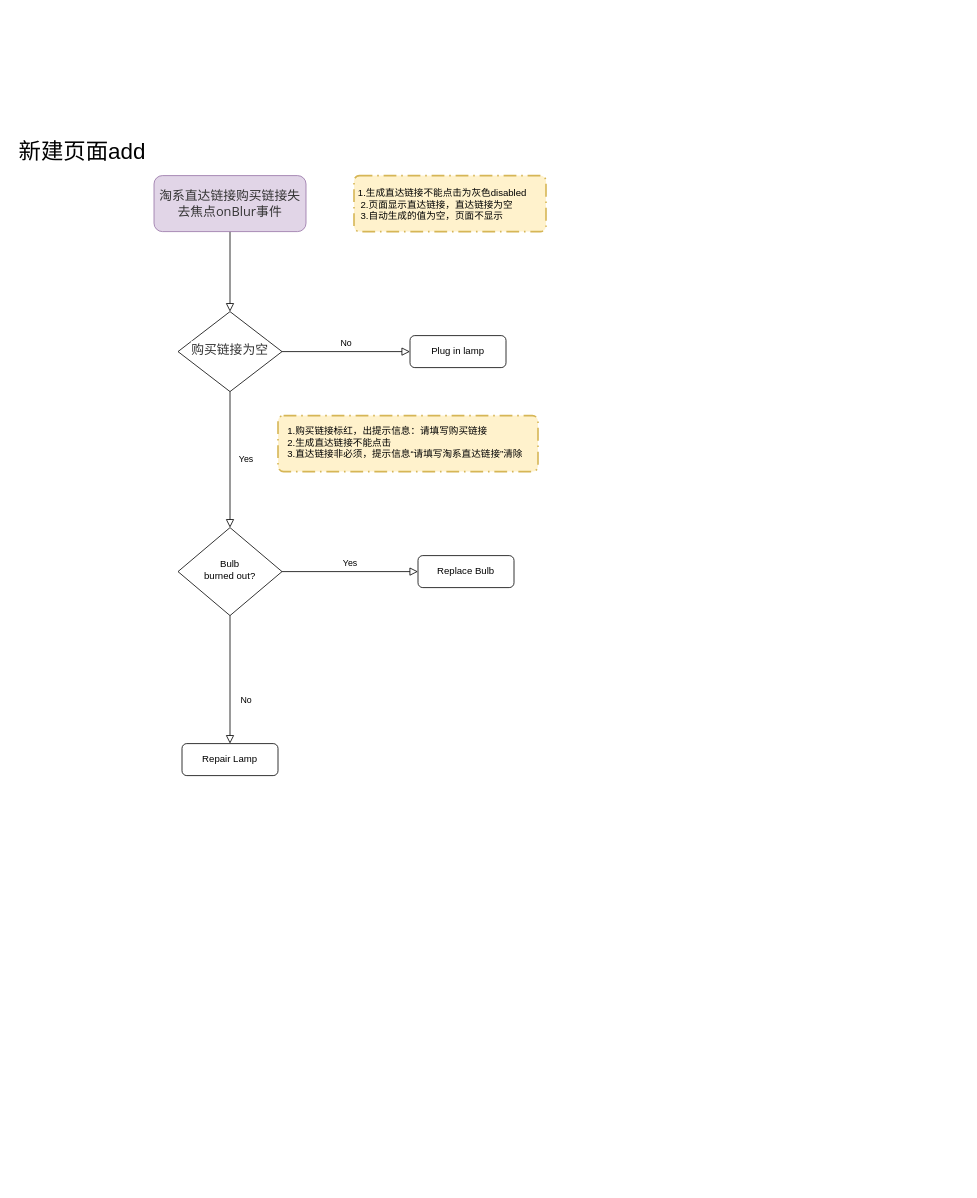
Earlier version of the draw.io diagram 事件图.drawio (AnneLau/-algorithm_bubble). Source tidied: cells renumbered, new cells numbered last; positions are measured from the earlier drawing's top-left corner, leaving out a move shared by most shapes. Both pictures are drawn from the tidied source at 80%, with x=0, y=0 at pixel (14, 139).
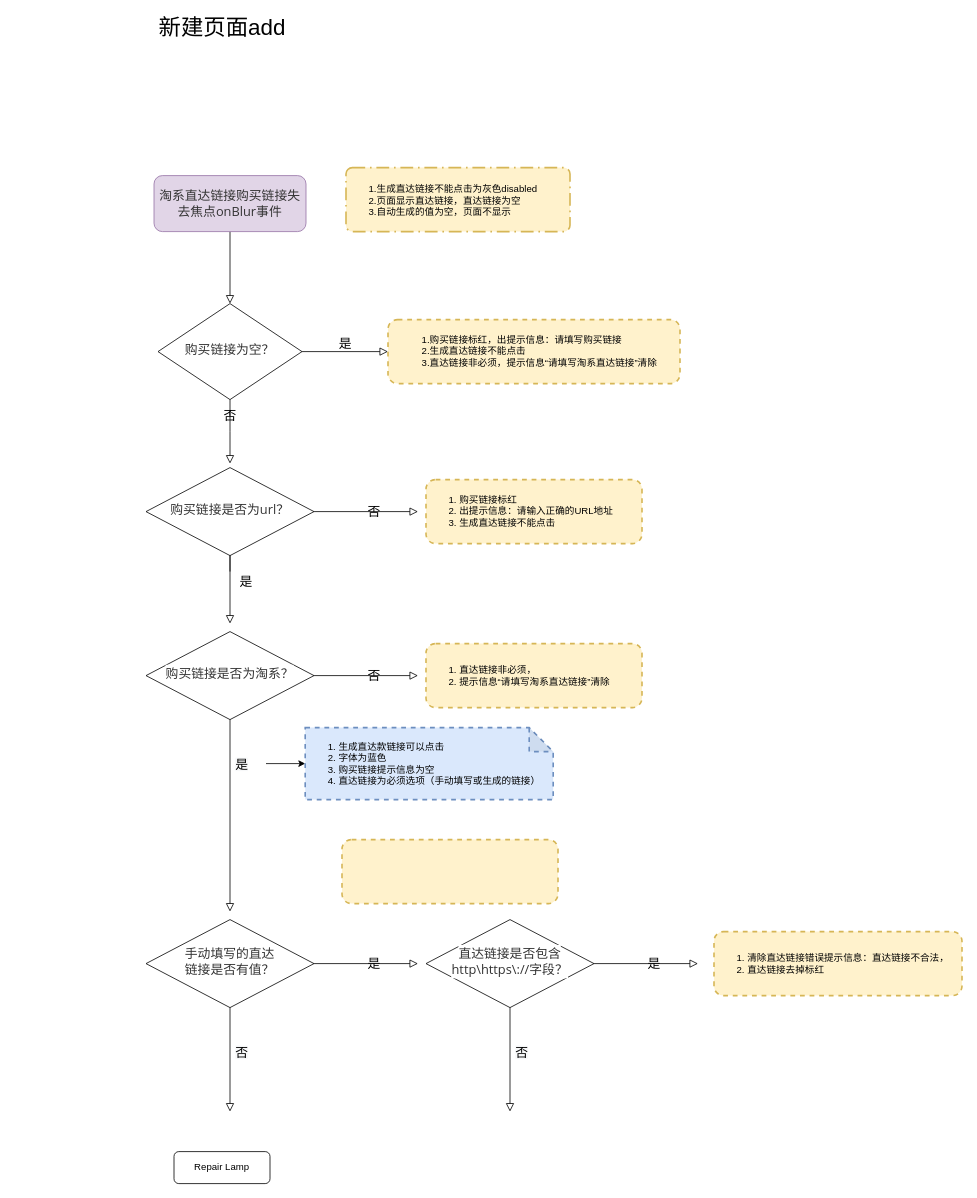
The same diagram, later.

The edit, as a diff of the source:
```diff
@@
-    <mxCell id="4" value="Yes" style="rounded=0;html=1;jettySize=auto;fontSize=11;endArrow=block;endFill=0;endSize=8;strokeWidth=1;shadow=0;labelBackgroundColor=none;edgeStyle=orthogonalEdgeStyle;" parent="1" edge="1" source="6" target="10">
-      <mxGeometry y="20" relative="1" as="geometry" />
+    <mxCell id="4" value="&lt;font style=&quot;font-size: 16px&quot;&gt;否&lt;/font&gt;" style="rounded=0;html=1;jettySize=auto;fontSize=11;endArrow=block;endFill=0;endSize=8;strokeWidth=1;shadow=0;labelBackgroundColor=none;edgeStyle=orthogonalEdgeStyle;" parent="1" edge="1" source="6">
+      <mxGeometry y="20" relative="1" as="geometry">
+        <mxPoint x="270" y="405" as="targetPoint" />
+      </mxGeometry>
     </mxCell>
-    <mxCell id="5" value="No" style="edgeStyle=orthogonalEdgeStyle;rounded=0;html=1;jettySize=auto;fontSize=11;endArrow=block;endFill=0;endSize=8;strokeWidth=1;shadow=0;labelBackgroundColor=none;" parent="1" edge="1" source="6" target="7">
+    <mxCell id="5" value="&lt;font style=&quot;font-size: 16px&quot;&gt;是&lt;/font&gt;" style="edgeStyle=orthogonalEdgeStyle;rounded=0;html=1;jettySize=auto;fontSize=11;endArrow=block;endFill=0;endSize=8;strokeWidth=1;shadow=0;labelBackgroundColor=none;" parent="1" edge="1" source="6" target="7">
       <mxGeometry y="10" relative="1" as="geometry" />
     </mxCell>
-    <mxCell id="6" value="&lt;span style=&quot;color: rgb(51 , 51 , 51) ; font-family: &amp;#34;open sans&amp;#34; , &amp;#34;clear sans&amp;#34; , &amp;#34;helvetica neue&amp;#34; , &amp;#34;helvetica&amp;#34; , &amp;#34;arial&amp;#34; , sans-serif ; font-size: 16px ; background-color: rgb(255 , 255 , 255)&quot;&gt;购买链接为空&lt;/span&gt;" style="rhombus;whiteSpace=wrap;html=1;shadow=0;fontFamily=Helvetica;fontSize=12;align=center;strokeWidth=1;spacing=6;spacingTop=-4;" parent="1" vertex="1">
-      <mxGeometry x="205" y="215" width="130" height="100" as="geometry" />
+    <mxCell id="6" value="&lt;span style=&quot;color: rgb(51 , 51 , 51) ; font-family: &amp;#34;open sans&amp;#34; , &amp;#34;clear sans&amp;#34; , &amp;#34;helvetica neue&amp;#34; , &amp;#34;helvetica&amp;#34; , &amp;#34;arial&amp;#34; , sans-serif ; font-size: 16px ; background-color: rgb(255 , 255 , 255)&quot;&gt;购买链接为空？&lt;/span&gt;" style="rhombus;whiteSpace=wrap;html=1;shadow=0;fontFamily=Helvetica;fontSize=12;align=center;strokeWidth=1;spacing=6;spacingTop=-4;" parent="1" vertex="1">
+      <mxGeometry x="180" y="205" width="180" height="120" as="geometry" />
     </mxCell>
-    <mxCell id="7" value="Plug in lamp" style="rounded=1;whiteSpace=wrap;html=1;fontSize=12;glass=0;strokeWidth=1;shadow=0;" parent="1" vertex="1">
-      <mxGeometry x="495" y="245" width="120" height="40" as="geometry" />
+    <mxCell id="7" value="&lt;blockquote style=&quot;margin: 0 0 0 40px ; border: none ; padding: 0px&quot;&gt;&lt;/blockquote&gt;&lt;blockquote style=&quot;margin: 0 0 0 40px ; border: none ; padding: 0px&quot;&gt;&lt;/blockquote&gt;&lt;blockquote style=&quot;margin: 0 0 0 40px ; border: none ; padding: 0px&quot;&gt;&lt;span&gt;1.购买链接标红，出提示信息：请填写购买链接&lt;br&gt;&lt;/span&gt;&lt;span&gt;2.生成直达链接不能点击&lt;br&gt;&lt;/span&gt;3.直达链接非必须，提示信息“请填写淘系直达链接”清除&lt;/blockquote&gt;&lt;blockquote style=&quot;margin: 0 0 0 40px ; border: none ; padding: 0px&quot;&gt;&lt;/blockquote&gt;&lt;blockquote style=&quot;margin: 0 0 0 40px ; border: none ; padding: 0px&quot;&gt;&lt;/blockquote&gt;" style="rounded=1;whiteSpace=wrap;html=1;fontSize=12;glass=0;strokeWidth=2;shadow=0;align=left;fillColor=#fff2cc;strokeColor=#d6b656;dashed=1;" parent="1" vertex="1">
+      <mxGeometry x="467.5" y="225" width="365" height="80" as="geometry" />
     </mxCell>
-    <mxCell id="8" value="No" style="rounded=0;html=1;jettySize=auto;fontSize=11;endArrow=block;endFill=0;endSize=8;strokeWidth=1;shadow=0;labelBackgroundColor=none;edgeStyle=orthogonalEdgeStyle;" parent="1" edge="1" source="10" target="11">
-      <mxGeometry x="0.33" y="20" relative="1" as="geometry" />
-    </mxCell>
-    <mxCell id="9" value="Yes" style="edgeStyle=orthogonalEdgeStyle;rounded=0;html=1;jettySize=auto;fontSize=11;endArrow=block;endFill=0;endSize=8;strokeWidth=1;shadow=0;labelBackgroundColor=none;" parent="1" edge="1" source="10" target="12">
-      <mxGeometry y="10" relative="1" as="geometry" />
+    <mxCell id="9" value="&lt;span style=&quot;font-size: 16px&quot;&gt;否&lt;/span&gt;" style="edgeStyle=orthogonalEdgeStyle;rounded=0;html=1;jettySize=auto;fontSize=11;endArrow=block;endFill=0;endSize=8;strokeWidth=1;shadow=0;labelBackgroundColor=none;" parent="1" edge="1" source="10">
+      <mxGeometry y="10" relative="1" as="geometry">
+        <mxPoint x="505" y="465" as="targetPoint" />
+      </mxGeometry>
     </mxCell>
-    <mxCell id="10" value="Bulb&lt;br&gt;burned out?" style="rhombus;whiteSpace=wrap;html=1;shadow=0;fontFamily=Helvetica;fontSize=12;align=center;strokeWidth=1;spacing=6;spacingTop=-4;" parent="1" vertex="1">
-      <mxGeometry x="205" y="485" width="130" height="110" as="geometry" />
+    <mxCell id="10" value="&lt;span style=&quot;color: rgb(51 , 51 , 51) ; font-family: &amp;#34;open sans&amp;#34; , &amp;#34;clear sans&amp;#34; , &amp;#34;helvetica neue&amp;#34; , &amp;#34;helvetica&amp;#34; , &amp;#34;arial&amp;#34; , sans-serif ; font-size: 16px ; background-color: rgb(255 , 255 , 255)&quot;&gt;购买链接是否为url？&lt;/span&gt;" style="rhombus;whiteSpace=wrap;html=1;shadow=0;fontFamily=Helvetica;fontSize=12;align=center;strokeWidth=1;spacing=6;spacingTop=-4;" parent="1" vertex="1">
+      <mxGeometry x="165" y="410" width="210" height="110" as="geometry" />
     </mxCell>
     <mxCell id="11" value="Repair Lamp" style="rounded=1;whiteSpace=wrap;html=1;fontSize=12;glass=0;strokeWidth=1;shadow=0;" parent="1" vertex="1">
-      <mxGeometry x="210" y="755" width="120" height="40" as="geometry" />
+      <mxGeometry x="200" y="1265" width="120" height="40" as="geometry" />
     </mxCell>
-    <mxCell id="12" value="Replace Bulb" style="rounded=1;whiteSpace=wrap;html=1;fontSize=12;glass=0;strokeWidth=1;shadow=0;" parent="1" vertex="1">
-      <mxGeometry x="505" y="520" width="120" height="40" as="geometry" />
-    </mxCell>
     <mxCell id="13" value="&lt;font style=&quot;font-size: 28px&quot;&gt;新建页面add&lt;/font&gt;" style="text;html=1;align=center;verticalAlign=middle;" parent="1" vertex="1">
-      <mxGeometry width="170" height="30" as="geometry" />
+      <mxGeometry x="175" y="-155" width="170" height="30" as="geometry" />
     </mxCell>
-    <mxCell id="14" value=" 1.生成直达链接不能点击为灰色disabled&#10;  2.页面显示直达链接，直达链接为空&#10;  3.自动生成的值为空，页面不显示" style="rounded=1;arcSize=10;dashed=1;strokeColor=#d6b656;fillColor=#fff2cc;dashPattern=8 3 1 3;strokeWidth=2;align=left;spacingTop=1;" parent="1" vertex="1">
-      <mxGeometry x="425" y="45" width="240" height="70" as="geometry" />
+    <mxCell id="14" value="  1.生成直达链接不能点击为灰色disabled&#10;  2.页面显示直达链接，直达链接为空&#10;  3.自动生成的值为空，页面不显示" style="rounded=1;arcSize=10;dashed=1;strokeColor=#d6b656;fillColor=#fff2cc;dashPattern=8 3 1 3;strokeWidth=2;align=left;spacingTop=1;spacingLeft=20;" parent="1" vertex="1">
+      <mxGeometry x="415" y="35" width="280" height="80" as="geometry" />
     </mxCell>
-    <mxCell id="15" value="1.购买链接标红，出提示信息：请填写购买链接&#10;2.生成直达链接不能点击&#10;3.直达链接非必须，提示信息“请填写淘系直达链接”清除&#10;" style="rounded=1;arcSize=10;dashed=1;strokeColor=#d6b656;fillColor=#fff2cc;dashPattern=8 3 1 3;strokeWidth=2;align=left;spacingTop=10;spacingLeft=10;" parent="1" vertex="1">
-      <mxGeometry x="330" y="345" width="325" height="70" as="geometry" />
-    </mxCell>
+    <mxCell id="16" value="&lt;blockquote style=&quot;margin: 0 0 0 40px ; border: none ; padding: 0px&quot;&gt;&lt;/blockquote&gt;&lt;blockquote style=&quot;margin: 0 0 0 40px ; border: none ; padding: 0px&quot;&gt;&lt;/blockquote&gt;&lt;blockquote style=&quot;margin: 0 0 0 40px ; border: none ; padding: 0px&quot;&gt;&lt;/blockquote&gt;&lt;ol&gt;&lt;li&gt;&lt;span&gt;购买链接标红&lt;/span&gt;&lt;/li&gt;&lt;li&gt;&lt;span&gt;出提示信息：请输入正确的URL地址&lt;/span&gt;&lt;/li&gt;&lt;li&gt;&lt;span&gt;生成直达链接不能点击&lt;/span&gt;&lt;/li&gt;&lt;/ol&gt;&lt;blockquote style=&quot;margin: 0 0 0 40px ; border: none ; padding: 0px&quot;&gt;&lt;/blockquote&gt;&lt;blockquote style=&quot;margin: 0 0 0 40px ; border: none ; padding: 0px&quot;&gt;&lt;/blockquote&gt;&lt;blockquote style=&quot;margin: 0 0 0 40px ; border: none ; padding: 0px&quot;&gt;&lt;/blockquote&gt;" style="rounded=1;whiteSpace=wrap;html=1;fontSize=12;glass=0;strokeWidth=2;shadow=0;align=left;fillColor=#fff2cc;strokeColor=#d6b656;dashed=1;" parent="1" vertex="1">
+      <mxGeometry x="515" y="425" width="270" height="80" as="geometry" />
+    </mxCell>
+    <mxCell id="17" value="&lt;span style=&quot;color: rgb(51 , 51 , 51) ; font-family: &amp;#34;open sans&amp;#34; , &amp;#34;clear sans&amp;#34; , &amp;#34;helvetica neue&amp;#34; , &amp;#34;helvetica&amp;#34; , &amp;#34;arial&amp;#34; , sans-serif ; font-size: 16px ; background-color: rgb(255 , 255 , 255)&quot;&gt;购买链接是否为淘系？&lt;/span&gt;" style="rhombus;whiteSpace=wrap;html=1;shadow=0;fontFamily=Helvetica;fontSize=12;align=center;strokeWidth=1;spacing=6;spacingTop=-4;" parent="1" vertex="1">
+      <mxGeometry x="165" y="615" width="210" height="110" as="geometry" />
+    </mxCell>
+    <mxCell id="18" value="&lt;font style=&quot;font-size: 16px&quot;&gt;是&lt;/font&gt;" style="rounded=0;html=1;jettySize=auto;orthogonalLoop=1;fontSize=11;endArrow=block;endFill=0;endSize=8;strokeWidth=1;shadow=0;labelBackgroundColor=none;edgeStyle=orthogonalEdgeStyle;" parent="1" edge="1">
+      <mxGeometry y="20" relative="1" as="geometry">
+        <mxPoint x="270" y="539.9" as="sourcePoint" />
+        <mxPoint x="270" y="605" as="targetPoint" />
+        <Array as="points">
+          <mxPoint x="270" y="519.9" />
+          <mxPoint x="270" y="519.9" />
+        </Array>
+      </mxGeometry>
+    </mxCell>
+    <mxCell id="19" value="&lt;span style=&quot;font-size: 16px&quot;&gt;否&lt;/span&gt;" style="edgeStyle=orthogonalEdgeStyle;rounded=0;html=1;jettySize=auto;fontSize=11;endArrow=block;endFill=0;endSize=8;strokeWidth=1;shadow=0;labelBackgroundColor=none;" parent="1" edge="1" source="17">
+      <mxGeometry y="10" relative="1" as="geometry">
+        <mxPoint x="505" y="670" as="targetPoint" />
+      </mxGeometry>
+    </mxCell>
+    <mxCell id="20" style="rounded=0;html=1;jettySize=auto;orthogonalLoop=1;fontSize=11;endArrow=block;endFill=0;endSize=8;strokeWidth=1;shadow=0;labelBackgroundColor=none;edgeStyle=orthogonalEdgeStyle;" parent="1" edge="1">
+      <mxGeometry relative="1" as="geometry">
+        <mxPoint x="270" y="725" as="sourcePoint" />
+        <mxPoint x="270" y="965" as="targetPoint" />
+      </mxGeometry>
+    </mxCell>
+    <mxCell id="21" value="&lt;blockquote style=&quot;margin: 0 0 0 40px ; border: none ; padding: 0px&quot;&gt;&lt;/blockquote&gt;&lt;blockquote style=&quot;margin: 0 0 0 40px ; border: none ; padding: 0px&quot;&gt;&lt;/blockquote&gt;&lt;blockquote style=&quot;margin: 0 0 0 40px ; border: none ; padding: 0px&quot;&gt;&lt;/blockquote&gt;&lt;div&gt;&lt;ol&gt;&lt;li&gt;直达链接非必须，&lt;/li&gt;&lt;li&gt;提示信息“请填写淘系直达链接”清除&lt;/li&gt;&lt;/ol&gt;&lt;/div&gt;&lt;blockquote style=&quot;margin: 0 0 0 40px ; border: none ; padding: 0px&quot;&gt;&lt;/blockquote&gt;&lt;blockquote style=&quot;margin: 0 0 0 40px ; border: none ; padding: 0px&quot;&gt;&lt;/blockquote&gt;&lt;blockquote style=&quot;margin: 0 0 0 40px ; border: none ; padding: 0px&quot;&gt;&lt;/blockquote&gt;" style="rounded=1;whiteSpace=wrap;html=1;fontSize=12;glass=0;strokeWidth=2;shadow=0;align=left;fillColor=#fff2cc;strokeColor=#d6b656;dashed=1;" parent="1" vertex="1">
+      <mxGeometry x="515" y="630" width="270" height="80" as="geometry" />
+    </mxCell>
+    <mxCell id="22" style="edgeStyle=orthogonalEdgeStyle;rounded=0;jettySize=auto;html=1;" parent="1" edge="1" source="23" target="24">
+      <mxGeometry relative="1" as="geometry" />
+    </mxCell>
+    <mxCell id="23" value="&lt;span style=&quot;color: rgb(0, 0, 0); font-family: helvetica; font-size: 16px; font-style: normal; font-weight: 400; letter-spacing: normal; text-align: center; text-indent: 0px; text-transform: none; word-spacing: 0px; background-color: rgb(248, 249, 250); display: inline; float: none;&quot;&gt;是&lt;/span&gt;" style="text;whiteSpace=wrap;html=1;" parent="1" vertex="1">
+      <mxGeometry x="275" y="765" width="40" height="30" as="geometry" />
+    </mxCell>
+    <mxCell id="24" value="&lt;ol&gt;&lt;li&gt;生成直达款链接可以点击&lt;/li&gt;&lt;li&gt;字体为蓝色&lt;/li&gt;&lt;li&gt;购买链接提示信息为空&lt;/li&gt;&lt;li&gt;&lt;span&gt;直达链接为必须选项（手动填写或生成的链接）&lt;br&gt;&lt;/span&gt;&lt;/li&gt;&lt;/ol&gt;" style="shape=note;whiteSpace=wrap;html=1;backgroundOutline=1;darkOpacity=0.05;dashed=1;strokeWidth=2;align=left;fillColor=#dae8fc;strokeColor=#6c8ebf;" parent="1" vertex="1">
+      <mxGeometry x="364" y="735" width="310" height="90" as="geometry" />
+    </mxCell>
+    <mxCell id="25" value="&lt;span style=&quot;color: rgb(51 , 51 , 51) ; font-family: &amp;#34;open sans&amp;#34; , &amp;#34;clear sans&amp;#34; , &amp;#34;helvetica neue&amp;#34; , &amp;#34;helvetica&amp;#34; , &amp;#34;arial&amp;#34; , sans-serif ; font-size: 16px ; background-color: rgb(255 , 255 , 255)&quot;&gt;手动填写的直达&lt;br&gt;链接是否有值？&lt;/span&gt;" style="rhombus;whiteSpace=wrap;html=1;shadow=0;fontFamily=Helvetica;fontSize=12;align=center;strokeWidth=1;spacing=6;spacingTop=-4;" parent="1" vertex="1">
+      <mxGeometry x="165" y="975" width="210" height="110" as="geometry" />
+    </mxCell>
+    <mxCell id="26" value="&lt;span style=&quot;font-size: 16px&quot;&gt;是&lt;/span&gt;" style="edgeStyle=orthogonalEdgeStyle;rounded=0;html=1;jettySize=auto;fontSize=11;endArrow=block;endFill=0;endSize=8;strokeWidth=1;shadow=0;labelBackgroundColor=none;" parent="1" edge="1" source="25">
+      <mxGeometry y="10" relative="1" as="geometry">
+        <mxPoint x="505" y="1030" as="targetPoint" />
+      </mxGeometry>
+    </mxCell>
+    <mxCell id="27" style="rounded=0;html=1;jettySize=auto;orthogonalLoop=1;fontSize=11;endArrow=block;endFill=0;endSize=8;strokeWidth=1;shadow=0;labelBackgroundColor=none;edgeStyle=orthogonalEdgeStyle;" parent="1" edge="1">
+      <mxGeometry relative="1" as="geometry">
+        <mxPoint x="270" y="1085" as="sourcePoint" />
+        <mxPoint x="270" y="1215" as="targetPoint" />
+      </mxGeometry>
+    </mxCell>
+    <mxCell id="28" value="&lt;blockquote style=&quot;margin: 0 0 0 40px ; border: none ; padding: 0px&quot;&gt;&lt;/blockquote&gt;&lt;blockquote style=&quot;margin: 0 0 0 40px ; border: none ; padding: 0px&quot;&gt;&lt;/blockquote&gt;&lt;blockquote style=&quot;margin: 0 0 0 40px ; border: none ; padding: 0px&quot;&gt;&lt;/blockquote&gt;&lt;div&gt;&lt;div&gt;&lt;br&gt;&lt;/div&gt;&lt;/div&gt;&lt;blockquote style=&quot;margin: 0 0 0 40px ; border: none ; padding: 0px&quot;&gt;&lt;/blockquote&gt;&lt;blockquote style=&quot;margin: 0 0 0 40px ; border: none ; padding: 0px&quot;&gt;&lt;/blockquote&gt;&lt;blockquote style=&quot;margin: 0 0 0 40px ; border: none ; padding: 0px&quot;&gt;&lt;/blockquote&gt;" style="rounded=1;whiteSpace=wrap;html=1;fontSize=12;glass=0;strokeWidth=2;shadow=0;align=left;fillColor=#fff2cc;strokeColor=#d6b656;dashed=1;" parent="1" vertex="1">
+      <mxGeometry x="410" y="875" width="270" height="80" as="geometry" />
+    </mxCell>
+    <mxCell id="29" value="&lt;span style=&quot;color: rgb(0 , 0 , 0) ; font-family: &amp;#34;helvetica&amp;#34; ; font-size: 16px ; font-style: normal ; font-weight: 400 ; letter-spacing: normal ; text-align: center ; text-indent: 0px ; text-transform: none ; word-spacing: 0px ; background-color: rgb(248 , 249 , 250) ; display: inline ; float: none&quot;&gt;否&lt;/span&gt;" style="text;whiteSpace=wrap;html=1;" parent="1" vertex="1">
+      <mxGeometry x="275" y="1125" width="40" height="30" as="geometry" />
+    </mxCell>
+    <mxCell id="30" value="&lt;span style=&quot;color: rgb(51 , 51 , 51) ; font-family: &amp;#34;open sans&amp;#34; , &amp;#34;clear sans&amp;#34; , &amp;#34;helvetica neue&amp;#34; , &amp;#34;helvetica&amp;#34; , &amp;#34;arial&amp;#34; , sans-serif ; font-size: 16px ; background-color: rgb(255 , 255 , 255)&quot;&gt;直达链接是否包含http\https\://字段？&lt;/span&gt;" style="rhombus;whiteSpace=wrap;html=1;shadow=0;fontFamily=Helvetica;fontSize=12;align=center;strokeWidth=1;spacing=6;spacingTop=-4;" parent="1" vertex="1">
+      <mxGeometry x="515" y="975" width="210" height="110" as="geometry" />
+    </mxCell>
+    <mxCell id="31" value="&lt;span style=&quot;font-size: 16px&quot;&gt;是&lt;/span&gt;" style="edgeStyle=orthogonalEdgeStyle;rounded=0;html=1;jettySize=auto;fontSize=11;endArrow=block;endFill=0;endSize=8;strokeWidth=1;shadow=0;labelBackgroundColor=none;" parent="1" edge="1" source="30">
+      <mxGeometry y="10" relative="1" as="geometry">
+        <mxPoint x="855" y="1030" as="targetPoint" />
+      </mxGeometry>
+    </mxCell>
+    <mxCell id="32" value="&lt;span style=&quot;color: rgb(0 , 0 , 0) ; font-family: &amp;#34;helvetica&amp;#34; ; font-size: 16px ; font-style: normal ; font-weight: 400 ; letter-spacing: normal ; text-align: center ; text-indent: 0px ; text-transform: none ; word-spacing: 0px ; background-color: rgb(248 , 249 , 250) ; display: inline ; float: none&quot;&gt;否&lt;/span&gt;" style="text;whiteSpace=wrap;html=1;" parent="1" vertex="1">
+      <mxGeometry x="625" y="1125" width="40" height="30" as="geometry" />
+    </mxCell>
+    <mxCell id="33" style="rounded=0;html=1;jettySize=auto;orthogonalLoop=1;fontSize=11;endArrow=block;endFill=0;endSize=8;strokeWidth=1;shadow=0;labelBackgroundColor=none;edgeStyle=orthogonalEdgeStyle;" parent="1" edge="1">
+      <mxGeometry relative="1" as="geometry">
+        <mxPoint x="620" y="1085" as="sourcePoint" />
+        <mxPoint x="620" y="1215" as="targetPoint" />
+      </mxGeometry>
+    </mxCell>
+    <mxCell id="34" value="&lt;blockquote style=&quot;margin: 0 0 0 40px ; border: none ; padding: 0px&quot;&gt;&lt;/blockquote&gt;&lt;blockquote style=&quot;margin: 0 0 0 40px ; border: none ; padding: 0px&quot;&gt;&lt;/blockquote&gt;&lt;blockquote style=&quot;margin: 0 0 0 40px ; border: none ; padding: 0px&quot;&gt;&lt;/blockquote&gt;&lt;div&gt;&lt;ol&gt;&lt;li&gt;清除直达链接错误提示信息：直达链接不合法，&lt;/li&gt;&lt;li&gt;直达链接去掉标红&lt;/li&gt;&lt;/ol&gt;&lt;/div&gt;&lt;blockquote style=&quot;margin: 0 0 0 40px ; border: none ; padding: 0px&quot;&gt;&lt;/blockquote&gt;&lt;blockquote style=&quot;margin: 0 0 0 40px ; border: none ; padding: 0px&quot;&gt;&lt;/blockquote&gt;&lt;blockquote style=&quot;margin: 0 0 0 40px ; border: none ; padding: 0px&quot;&gt;&lt;/blockquote&gt;" style="rounded=1;whiteSpace=wrap;html=1;fontSize=12;glass=0;strokeWidth=2;shadow=0;align=left;fillColor=#fff2cc;strokeColor=#d6b656;dashed=1;" parent="1" vertex="1">
+      <mxGeometry x="875" y="990" width="310" height="80" as="geometry" />
+    </mxCell>
```
